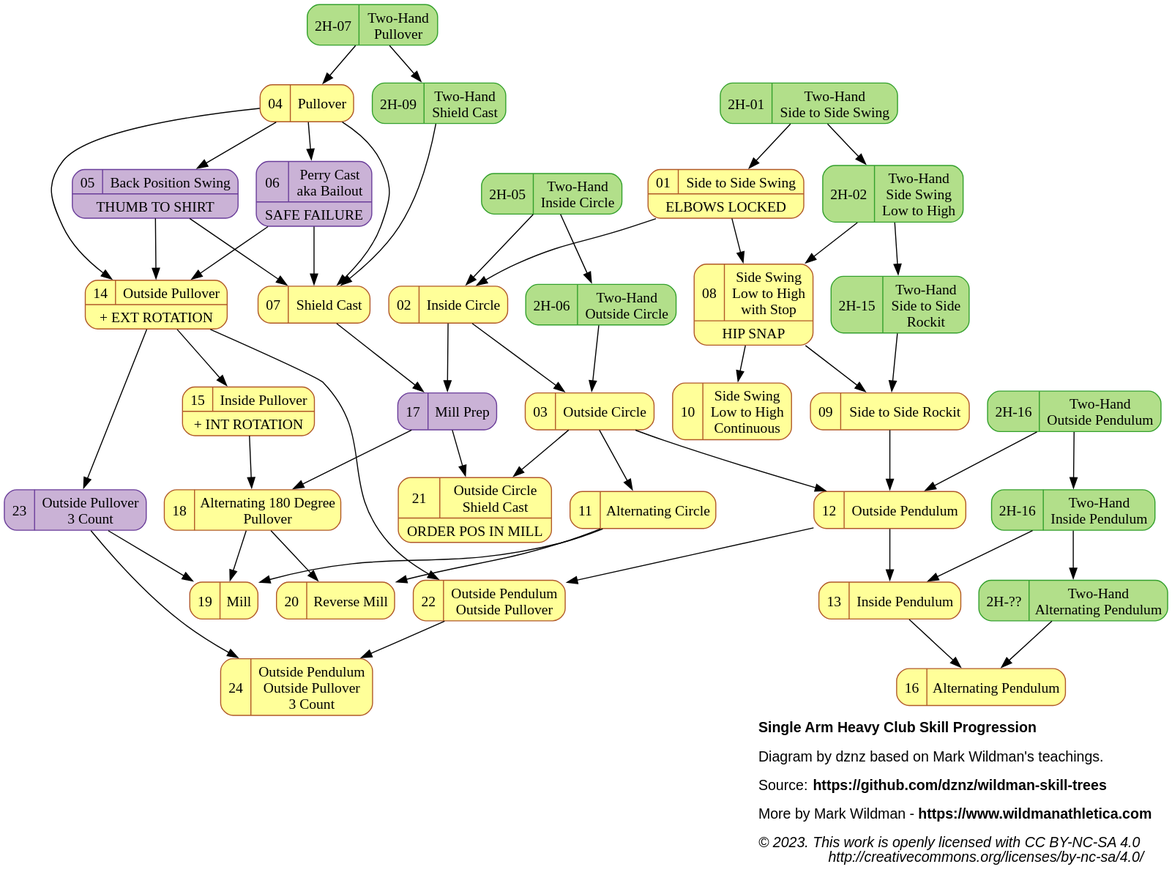
The PlantUML diagram dist/hc_sa_progression.svg in dznz/wildman-skill-trees, before a commit. Its source is kept beside it as src/hc/hc_sa_progression.puml.
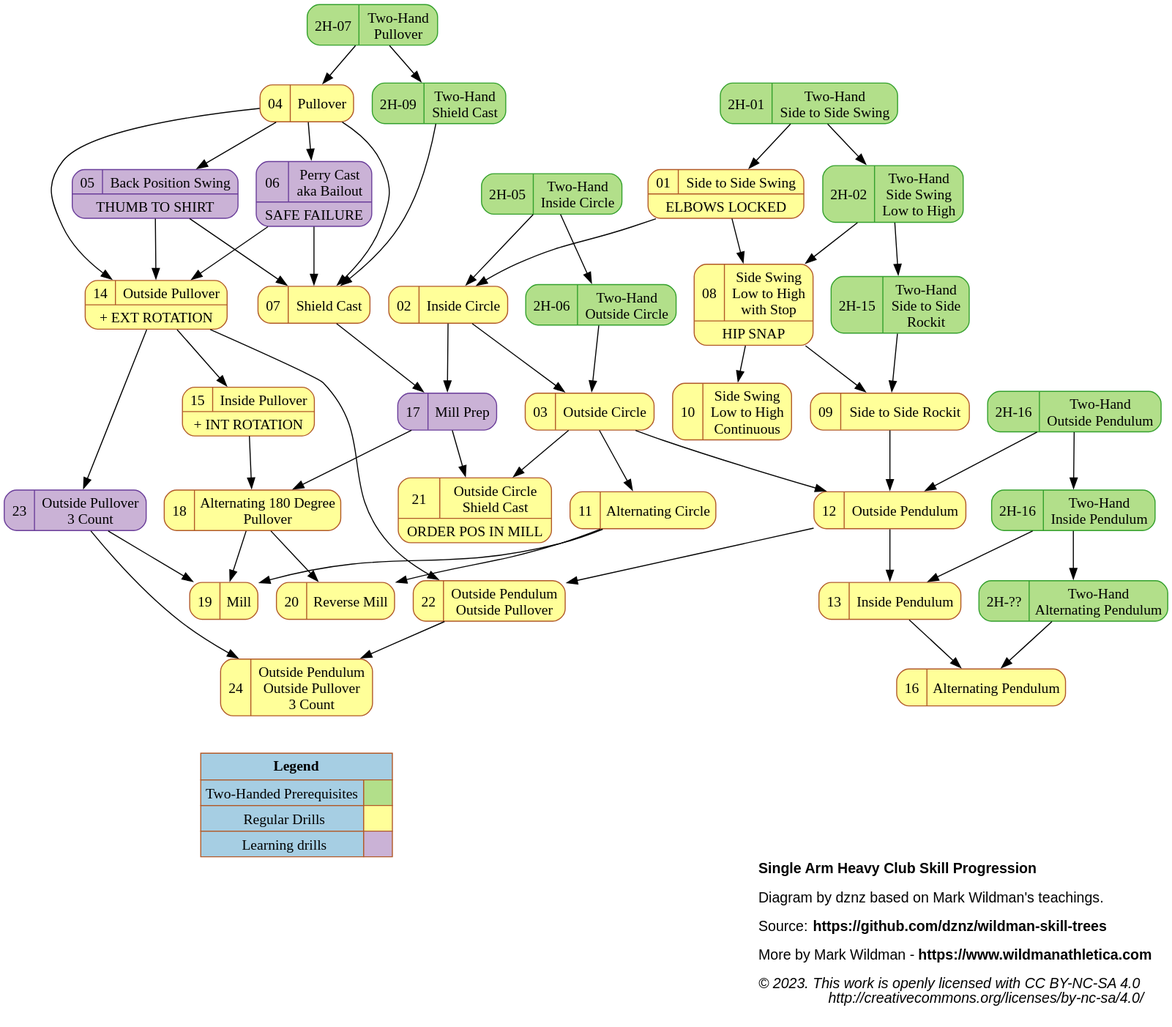
After the commit.

Commit message:
feat(hc_sa_progression): add LEGEND

Somehow I missed adding a legend to the single-hand club.

What changed in the source:
```diff
@@ -122,5 +122,27 @@
   mov_14_outpull -> mov_23_outpull3count -> mov_19_mill
   {mov_22_outpendoutpull, mov_23_outpull3count} -> mov_24_outpendoutpull3c
 
+  // LEGEND
+  { rank = sink;
+    Legend [shape=none, margin=0, label=<
+    <TABLE BORDER="0" CELLBORDER="1" CELLSPACING="0" CELLPADDING="4" BGCOLOR="1">
+     <TR>
+      <TD COLSPAN="2"><B>Legend</B></TD>
+     </TR>
+     <TR>
+      <TD>Two-Handed Prerequisites</TD>
+      <TD BGCOLOR="3"></TD>
+     </TR>
+     <TR>
+      <TD>Regular Drills</TD>
+      <TD BGCOLOR="11">&nbsp;&nbsp;&nbsp;&nbsp;&nbsp;</TD>
+     </TR>
+     <TR>
+      <TD>Learning drills</TD>
+      <TD BGCOLOR="9"></TD>
+     </TR>
+    </TABLE>
+   >];
+  }
 }
 @enddot
```
